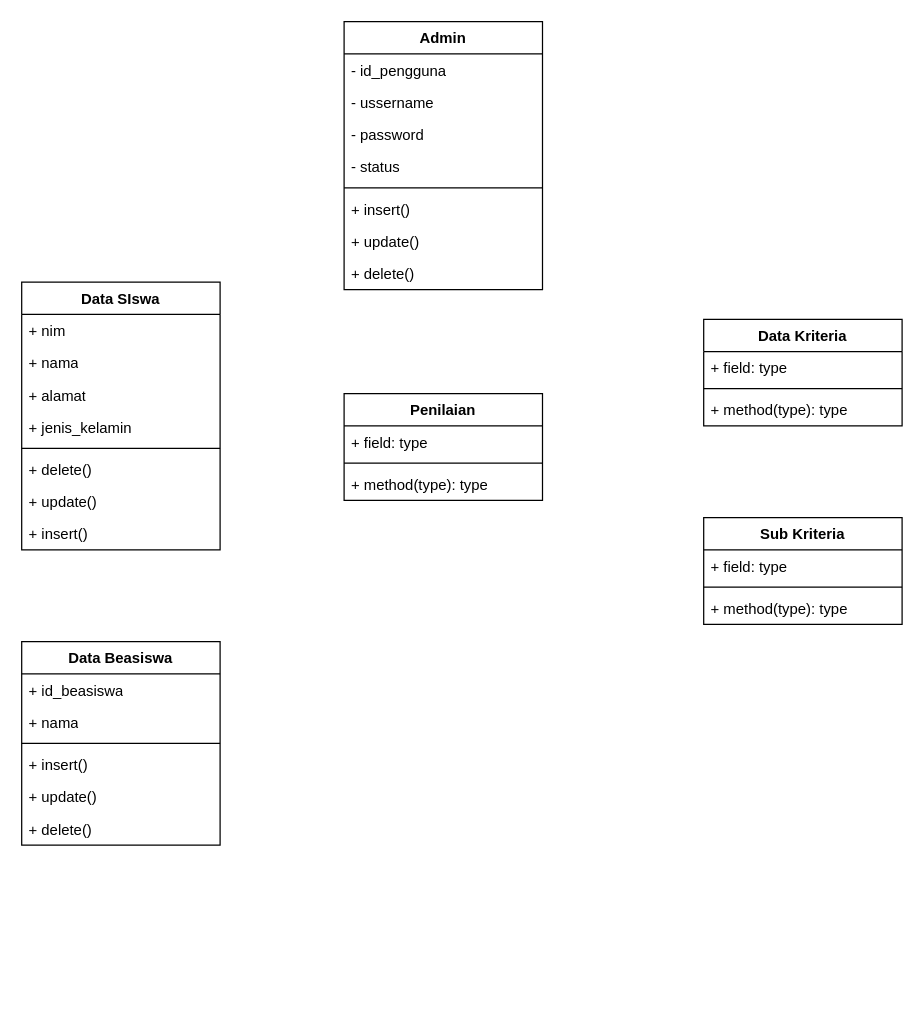
Above: Diagram Tanpa Judul.drawio in ocawidiahara/oca-web-pertama (draw.io), before the change. Source tidied: cells renumbered, new cells numbered last; positions are measured from the earlier drawing's top-left corner, leaving out a move shared by most shapes. Both pictures are drawn from the tidied source at 124%, with x=0, y=0 at pixel (21, 21).
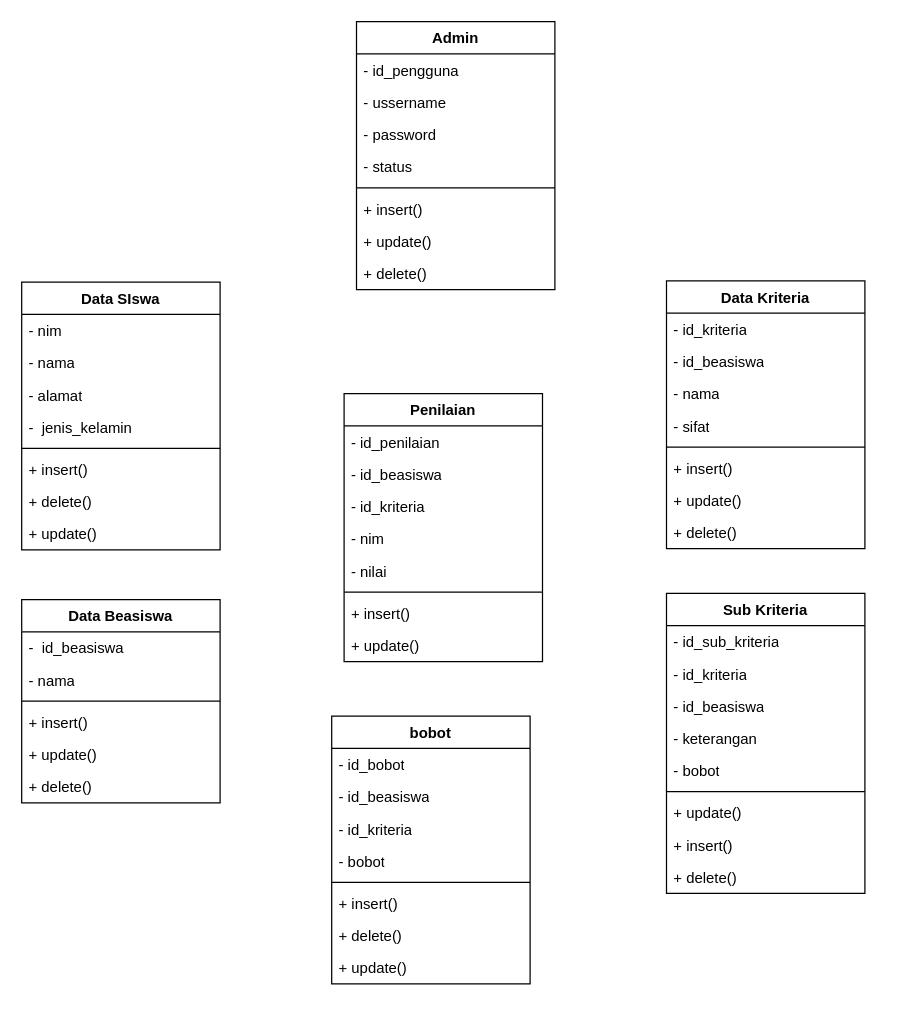
The same diagram, later.

Unchanged cells that the change refers to:
```xml
<mxCell id="18" value="Data SIswa" style="swimlane;fontStyle=1;align=center;verticalAlign=top;horizontal=1;startSize=26;whiteSpace=wrap;html=1;" parent="1" vertex="1">
  <mxGeometry y="210" width="160" height="216" as="geometry" />
</mxCell>
```

The edit, as a diff of the source:
```diff
@@
     <mxCell id="2" value="Admin" style="swimlane;fontStyle=1;align=center;verticalAlign=top;horizontal=1;startSize=26;whiteSpace=wrap;html=1;" parent="1" vertex="1">
-      <mxGeometry x="260" width="160" height="216" as="geometry" />
+      <mxGeometry x="270" width="160" height="216" as="geometry" />
     </mxCell>
@@
     <mxCell id="11" value="Data Beasiswa" style="swimlane;fontStyle=1;align=center;verticalAlign=top;horizontal=1;startSize=26;whiteSpace=wrap;html=1;" parent="1" vertex="1">
-      <mxGeometry y="500" width="160" height="164" as="geometry" />
+      <mxGeometry y="466" width="160" height="164" as="geometry" />
     </mxCell>
-    <mxCell id="12" value="+ id_beasiswa" style="text;strokeColor=none;fillColor=none;align=left;verticalAlign=top;spacingLeft=4;spacingRight=4;overflow=hidden;whiteSpace=wrap;html=1;" parent="11" vertex="1">
+    <mxCell id="12" value="-&amp;nbsp; id_beasiswa" style="text;strokeColor=none;fillColor=none;align=left;verticalAlign=top;spacingLeft=4;spacingRight=4;overflow=hidden;whiteSpace=wrap;html=1;" parent="11" vertex="1">
       <mxGeometry y="26" width="160" height="26" as="geometry" />
     </mxCell>
-    <mxCell id="13" value="+ nama" style="text;strokeColor=none;fillColor=none;align=left;verticalAlign=top;spacingLeft=4;spacingRight=4;overflow=hidden;whiteSpace=wrap;html=1;" parent="11" vertex="1">
+    <mxCell id="13" value="- nama" style="text;strokeColor=none;fillColor=none;align=left;verticalAlign=top;spacingLeft=4;spacingRight=4;overflow=hidden;whiteSpace=wrap;html=1;" parent="11" vertex="1">
       <mxGeometry y="52" width="160" height="26" as="geometry" />
     </mxCell>
@@
-    <mxCell id="19" value="+ nim" style="text;strokeColor=none;fillColor=none;align=left;verticalAlign=top;spacingLeft=4;spacingRight=4;overflow=hidden;whiteSpace=wrap;html=1;" parent="18" vertex="1">
+    <mxCell id="19" value="- nim" style="text;strokeColor=none;fillColor=none;align=left;verticalAlign=top;spacingLeft=4;spacingRight=4;overflow=hidden;whiteSpace=wrap;html=1;" parent="18" vertex="1">
       <mxGeometry y="26" width="160" height="26" as="geometry" />
     </mxCell>
-    <mxCell id="20" value="+ nama" style="text;strokeColor=none;fillColor=none;align=left;verticalAlign=top;spacingLeft=4;spacingRight=4;overflow=hidden;whiteSpace=wrap;html=1;" parent="18" vertex="1">
+    <mxCell id="20" value="- nama" style="text;strokeColor=none;fillColor=none;align=left;verticalAlign=top;spacingLeft=4;spacingRight=4;overflow=hidden;whiteSpace=wrap;html=1;" parent="18" vertex="1">
       <mxGeometry y="52" width="160" height="26" as="geometry" />
     </mxCell>
-    <mxCell id="21" value="+ alamat" style="text;strokeColor=none;fillColor=none;align=left;verticalAlign=top;spacingLeft=4;spacingRight=4;overflow=hidden;whiteSpace=wrap;html=1;" parent="18" vertex="1">
+    <mxCell id="21" value="- alamat" style="text;strokeColor=none;fillColor=none;align=left;verticalAlign=top;spacingLeft=4;spacingRight=4;overflow=hidden;whiteSpace=wrap;html=1;" parent="18" vertex="1">
       <mxGeometry y="78" width="160" height="26" as="geometry" />
     </mxCell>
-    <mxCell id="22" value="+ jenis_kelamin" style="text;strokeColor=none;fillColor=none;align=left;verticalAlign=top;spacingLeft=4;spacingRight=4;overflow=hidden;whiteSpace=wrap;html=1;" parent="18" vertex="1">
+    <mxCell id="22" value="-&amp;nbsp; jenis_kelamin" style="text;strokeColor=none;fillColor=none;align=left;verticalAlign=top;spacingLeft=4;spacingRight=4;overflow=hidden;whiteSpace=wrap;html=1;" parent="18" vertex="1">
       <mxGeometry y="104" width="160" height="26" as="geometry" />
     </mxCell>
@@
-    <mxCell id="24" value="+ delete()" style="text;strokeColor=none;fillColor=none;align=left;verticalAlign=top;spacingLeft=4;spacingRight=4;overflow=hidden;whiteSpace=wrap;html=1;" parent="18" vertex="1">
-      <mxGeometry y="138" width="160" height="26" as="geometry" />
-    </mxCell>
+    <mxCell id="39" value="+ insert()" style="text;strokeColor=none;fillColor=none;align=left;verticalAlign=top;spacingLeft=4;spacingRight=4;overflow=hidden;whiteSpace=wrap;html=1;" parent="18" vertex="1">
+      <mxGeometry y="138" width="160" height="26" as="geometry" />
+    </mxCell>
+    <mxCell id="40" value="+ delete()" style="text;strokeColor=none;fillColor=none;align=left;verticalAlign=top;spacingLeft=4;spacingRight=4;overflow=hidden;whiteSpace=wrap;html=1;" parent="18" vertex="1">
+      <mxGeometry y="164" width="160" height="26" as="geometry" />
+    </mxCell>
     <mxCell id="25" value="+ update()" style="text;strokeColor=none;fillColor=none;align=left;verticalAlign=top;spacingLeft=4;spacingRight=4;overflow=hidden;whiteSpace=wrap;html=1;" parent="18" vertex="1">
-      <mxGeometry y="164" width="160" height="26" as="geometry" />
+      <mxGeometry y="190" width="160" height="26" as="geometry" />
     </mxCell>
-    <mxCell id="26" value="+ insert()" style="text;strokeColor=none;fillColor=none;align=left;verticalAlign=top;spacingLeft=4;spacingRight=4;overflow=hidden;whiteSpace=wrap;html=1;" parent="18" vertex="1">
-      <mxGeometry y="190" width="160" height="26" as="geometry" />
-    </mxCell>
     <mxCell id="27" value="Data Kriteria" style="swimlane;fontStyle=1;align=center;verticalAlign=top;horizontal=1;startSize=26;whiteSpace=wrap;html=1;" parent="1" vertex="1">
-      <mxGeometry x="550" y="240" width="160" height="86" as="geometry" />
+      <mxGeometry x="520" y="209" width="160" height="216" as="geometry" />
     </mxCell>
-    <mxCell id="28" value="+ field: type" style="text;strokeColor=none;fillColor=none;align=left;verticalAlign=top;spacingLeft=4;spacingRight=4;overflow=hidden;whiteSpace=wrap;html=1;" parent="27" vertex="1">
+    <mxCell id="28" value="- id_kriteria" style="text;strokeColor=none;fillColor=none;align=left;verticalAlign=top;spacingLeft=4;spacingRight=4;overflow=hidden;whiteSpace=wrap;html=1;" parent="27" vertex="1">
       <mxGeometry y="26" width="160" height="26" as="geometry" />
     </mxCell>
+    <mxCell id="41" value="- id_beasiswa" style="text;strokeColor=none;fillColor=none;align=left;verticalAlign=top;spacingLeft=4;spacingRight=4;overflow=hidden;whiteSpace=wrap;html=1;" parent="27" vertex="1">
+      <mxGeometry y="52" width="160" height="26" as="geometry" />
+    </mxCell>
+    <mxCell id="42" value="- nama" style="text;strokeColor=none;fillColor=none;align=left;verticalAlign=top;spacingLeft=4;spacingRight=4;overflow=hidden;whiteSpace=wrap;html=1;" parent="27" vertex="1">
+      <mxGeometry y="78" width="160" height="26" as="geometry" />
+    </mxCell>
+    <mxCell id="43" value="- sifat" style="text;strokeColor=none;fillColor=none;align=left;verticalAlign=top;spacingLeft=4;spacingRight=4;overflow=hidden;whiteSpace=wrap;html=1;" parent="27" vertex="1">
+      <mxGeometry y="104" width="160" height="26" as="geometry" />
+    </mxCell>
     <mxCell id="29" style="line;strokeWidth=1;fillColor=none;align=left;verticalAlign=middle;spacingTop=-1;spacingLeft=3;spacingRight=3;labelPosition=right;strokeColor=inherit;" parent="27" vertex="1">
-      <mxGeometry y="52" width="160" height="8" as="geometry" />
+      <mxGeometry y="130" width="160" height="8" as="geometry" />
     </mxCell>
-    <mxCell id="30" value="+ method(type): type" style="text;strokeColor=none;fillColor=none;align=left;verticalAlign=top;spacingLeft=4;spacingRight=4;overflow=hidden;whiteSpace=wrap;html=1;" parent="27" vertex="1">
-      <mxGeometry y="60" width="160" height="26" as="geometry" />
-    </mxCell>
+    <mxCell id="44" value="+ insert()" style="text;strokeColor=none;fillColor=none;align=left;verticalAlign=top;spacingLeft=4;spacingRight=4;overflow=hidden;whiteSpace=wrap;html=1;" parent="27" vertex="1">
+      <mxGeometry y="138" width="160" height="26" as="geometry" />
+    </mxCell>
+    <mxCell id="45" value="+ update()" style="text;strokeColor=none;fillColor=none;align=left;verticalAlign=top;spacingLeft=4;spacingRight=4;overflow=hidden;whiteSpace=wrap;html=1;" parent="27" vertex="1">
+      <mxGeometry y="164" width="160" height="26" as="geometry" />
+    </mxCell>
+    <mxCell id="46" value="+ delete()" style="text;strokeColor=none;fillColor=none;align=left;verticalAlign=top;spacingLeft=4;spacingRight=4;overflow=hidden;whiteSpace=wrap;html=1;" parent="27" vertex="1">
+      <mxGeometry y="190" width="160" height="26" as="geometry" />
+    </mxCell>
     <mxCell id="31" value="Sub Kriteria" style="swimlane;fontStyle=1;align=center;verticalAlign=top;horizontal=1;startSize=26;whiteSpace=wrap;html=1;" parent="1" vertex="1">
-      <mxGeometry x="550" y="400" width="160" height="86" as="geometry" />
+      <mxGeometry x="520" y="461" width="160" height="242" as="geometry" />
     </mxCell>
-    <mxCell id="32" value="+ field: type" style="text;strokeColor=none;fillColor=none;align=left;verticalAlign=top;spacingLeft=4;spacingRight=4;overflow=hidden;whiteSpace=wrap;html=1;" parent="31" vertex="1">
+    <mxCell id="32" value="- id_sub_kriteria" style="text;strokeColor=none;fillColor=none;align=left;verticalAlign=top;spacingLeft=4;spacingRight=4;overflow=hidden;whiteSpace=wrap;html=1;" parent="31" vertex="1">
       <mxGeometry y="26" width="160" height="26" as="geometry" />
     </mxCell>
+    <mxCell id="47" value="- id_kriteria" style="text;strokeColor=none;fillColor=none;align=left;verticalAlign=top;spacingLeft=4;spacingRight=4;overflow=hidden;whiteSpace=wrap;html=1;" parent="31" vertex="1">
+      <mxGeometry y="52" width="160" height="26" as="geometry" />
+    </mxCell>
+    <mxCell id="48" value="- id_beasiswa&lt;div&gt;&lt;br&gt;&lt;/div&gt;&lt;div&gt;&lt;br&gt;&lt;/div&gt;" style="text;strokeColor=none;fillColor=none;align=left;verticalAlign=top;spacingLeft=4;spacingRight=4;overflow=hidden;whiteSpace=wrap;html=1;" parent="31" vertex="1">
+      <mxGeometry y="78" width="160" height="26" as="geometry" />
+    </mxCell>
+    <mxCell id="49" value="- keterangan" style="text;strokeColor=none;fillColor=none;align=left;verticalAlign=top;spacingLeft=4;spacingRight=4;overflow=hidden;whiteSpace=wrap;html=1;" parent="31" vertex="1">
+      <mxGeometry y="104" width="160" height="26" as="geometry" />
+    </mxCell>
+    <mxCell id="50" value="- bobot" style="text;strokeColor=none;fillColor=none;align=left;verticalAlign=top;spacingLeft=4;spacingRight=4;overflow=hidden;whiteSpace=wrap;html=1;" parent="31" vertex="1">
+      <mxGeometry y="130" width="160" height="26" as="geometry" />
+    </mxCell>
     <mxCell id="33" style="line;strokeWidth=1;fillColor=none;align=left;verticalAlign=middle;spacingTop=-1;spacingLeft=3;spacingRight=3;labelPosition=right;strokeColor=inherit;" parent="31" vertex="1">
-      <mxGeometry y="52" width="160" height="8" as="geometry" />
+      <mxGeometry y="156" width="160" height="8" as="geometry" />
     </mxCell>
-    <mxCell id="34" value="+ method(type): type" style="text;strokeColor=none;fillColor=none;align=left;verticalAlign=top;spacingLeft=4;spacingRight=4;overflow=hidden;whiteSpace=wrap;html=1;" parent="31" vertex="1">
-      <mxGeometry y="60" width="160" height="26" as="geometry" />
-    </mxCell>
+    <mxCell id="51" value="+ update()" style="text;strokeColor=none;fillColor=none;align=left;verticalAlign=top;spacingLeft=4;spacingRight=4;overflow=hidden;whiteSpace=wrap;html=1;" parent="31" vertex="1">
+      <mxGeometry y="164" width="160" height="26" as="geometry" />
+    </mxCell>
+    <mxCell id="26" value="+ insert()" style="text;strokeColor=none;fillColor=none;align=left;verticalAlign=top;spacingLeft=4;spacingRight=4;overflow=hidden;whiteSpace=wrap;html=1;" parent="31" vertex="1">
+      <mxGeometry y="190" width="160" height="26" as="geometry" />
+    </mxCell>
+    <mxCell id="52" value="+ delete()" style="text;strokeColor=none;fillColor=none;align=left;verticalAlign=top;spacingLeft=4;spacingRight=4;overflow=hidden;whiteSpace=wrap;html=1;" parent="31" vertex="1">
+      <mxGeometry y="216" width="160" height="26" as="geometry" />
+    </mxCell>
     <mxCell id="35" value="Penilaian" style="swimlane;fontStyle=1;align=center;verticalAlign=top;horizontal=1;startSize=26;whiteSpace=wrap;html=1;" parent="1" vertex="1">
-      <mxGeometry x="260" y="300" width="160" height="86" as="geometry" />
+      <mxGeometry x="260" y="300" width="160" height="216" as="geometry" />
     </mxCell>
-    <mxCell id="36" value="+ field: type" style="text;strokeColor=none;fillColor=none;align=left;verticalAlign=top;spacingLeft=4;spacingRight=4;overflow=hidden;whiteSpace=wrap;html=1;" parent="35" vertex="1">
+    <mxCell id="36" value="- id_penilaian" style="text;strokeColor=none;fillColor=none;align=left;verticalAlign=top;spacingLeft=4;spacingRight=4;overflow=hidden;whiteSpace=wrap;html=1;" parent="35" vertex="1">
       <mxGeometry y="26" width="160" height="26" as="geometry" />
     </mxCell>
+    <mxCell id="53" value="- id_beasiswa" style="text;strokeColor=none;fillColor=none;align=left;verticalAlign=top;spacingLeft=4;spacingRight=4;overflow=hidden;whiteSpace=wrap;html=1;" parent="35" vertex="1">
+      <mxGeometry y="52" width="160" height="26" as="geometry" />
+    </mxCell>
+    <mxCell id="54" value="- id_kriteria&amp;nbsp;" style="text;strokeColor=none;fillColor=none;align=left;verticalAlign=top;spacingLeft=4;spacingRight=4;overflow=hidden;whiteSpace=wrap;html=1;" parent="35" vertex="1">
+      <mxGeometry y="78" width="160" height="26" as="geometry" />
+    </mxCell>
+    <mxCell id="55" value="- nim" style="text;strokeColor=none;fillColor=none;align=left;verticalAlign=top;spacingLeft=4;spacingRight=4;overflow=hidden;whiteSpace=wrap;html=1;" parent="35" vertex="1">
+      <mxGeometry y="104" width="160" height="26" as="geometry" />
+    </mxCell>
+    <mxCell id="56" value="- nilai" style="text;strokeColor=none;fillColor=none;align=left;verticalAlign=top;spacingLeft=4;spacingRight=4;overflow=hidden;whiteSpace=wrap;html=1;" parent="35" vertex="1">
+      <mxGeometry y="130" width="160" height="26" as="geometry" />
+    </mxCell>
     <mxCell id="37" style="line;strokeWidth=1;fillColor=none;align=left;verticalAlign=middle;spacingTop=-1;spacingLeft=3;spacingRight=3;labelPosition=right;strokeColor=inherit;" parent="35" vertex="1">
-      <mxGeometry y="52" width="160" height="8" as="geometry" />
+      <mxGeometry y="156" width="160" height="8" as="geometry" />
     </mxCell>
-    <mxCell id="38" value="+ method(type): type" style="text;strokeColor=none;fillColor=none;align=left;verticalAlign=top;spacingLeft=4;spacingRight=4;overflow=hidden;whiteSpace=wrap;html=1;" parent="35" vertex="1">
-      <mxGeometry y="60" width="160" height="26" as="geometry" />
-    </mxCell>
+    <mxCell id="57" value="+ insert()" style="text;strokeColor=none;fillColor=none;align=left;verticalAlign=top;spacingLeft=4;spacingRight=4;overflow=hidden;whiteSpace=wrap;html=1;" parent="35" vertex="1">
+      <mxGeometry y="164" width="160" height="26" as="geometry" />
+    </mxCell>
+    <mxCell id="58" value="+ update()" style="text;strokeColor=none;fillColor=none;align=left;verticalAlign=top;spacingLeft=4;spacingRight=4;overflow=hidden;whiteSpace=wrap;html=1;" parent="35" vertex="1">
+      <mxGeometry y="190" width="160" height="26" as="geometry" />
+    </mxCell>
+    <mxCell id="59" value="bobot" style="swimlane;fontStyle=1;align=center;verticalAlign=top;horizontal=1;startSize=26;whiteSpace=wrap;html=1;" parent="1" vertex="1">
+      <mxGeometry x="250" y="560" width="160" height="216" as="geometry" />
+    </mxCell>
+    <mxCell id="60" value="- id_bobot" style="text;strokeColor=none;fillColor=none;align=left;verticalAlign=top;spacingLeft=4;spacingRight=4;overflow=hidden;whiteSpace=wrap;html=1;" parent="59" vertex="1">
+      <mxGeometry y="26" width="160" height="26" as="geometry" />
+    </mxCell>
+    <mxCell id="61" value="- id_beasiswa" style="text;strokeColor=none;fillColor=none;align=left;verticalAlign=top;spacingLeft=4;spacingRight=4;overflow=hidden;whiteSpace=wrap;html=1;" parent="59" vertex="1">
+      <mxGeometry y="52" width="160" height="26" as="geometry" />
+    </mxCell>
+    <mxCell id="62" value="- id_kriteria" style="text;strokeColor=none;fillColor=none;align=left;verticalAlign=top;spacingLeft=4;spacingRight=4;overflow=hidden;whiteSpace=wrap;html=1;" parent="59" vertex="1">
+      <mxGeometry y="78" width="160" height="26" as="geometry" />
+    </mxCell>
+    <mxCell id="63" value="- bobot" style="text;strokeColor=none;fillColor=none;align=left;verticalAlign=top;spacingLeft=4;spacingRight=4;overflow=hidden;whiteSpace=wrap;html=1;" parent="59" vertex="1">
+      <mxGeometry y="104" width="160" height="26" as="geometry" />
+    </mxCell>
+    <mxCell id="64" style="line;strokeWidth=1;fillColor=none;align=left;verticalAlign=middle;spacingTop=-1;spacingLeft=3;spacingRight=3;labelPosition=right;strokeColor=inherit;" parent="59" vertex="1">
+      <mxGeometry y="130" width="160" height="8" as="geometry" />
+    </mxCell>
+    <mxCell id="65" value="+ insert()" style="text;strokeColor=none;fillColor=none;align=left;verticalAlign=top;spacingLeft=4;spacingRight=4;overflow=hidden;whiteSpace=wrap;html=1;" parent="59" vertex="1">
+      <mxGeometry y="138" width="160" height="26" as="geometry" />
+    </mxCell>
+    <mxCell id="66" value="+ delete()" style="text;strokeColor=none;fillColor=none;align=left;verticalAlign=top;spacingLeft=4;spacingRight=4;overflow=hidden;whiteSpace=wrap;html=1;" parent="59" vertex="1">
+      <mxGeometry y="164" width="160" height="26" as="geometry" />
+    </mxCell>
+    <mxCell id="67" value="+ update()" style="text;strokeColor=none;fillColor=none;align=left;verticalAlign=top;spacingLeft=4;spacingRight=4;overflow=hidden;whiteSpace=wrap;html=1;" parent="59" vertex="1">
+      <mxGeometry y="190" width="160" height="26" as="geometry" />
+    </mxCell>
```
